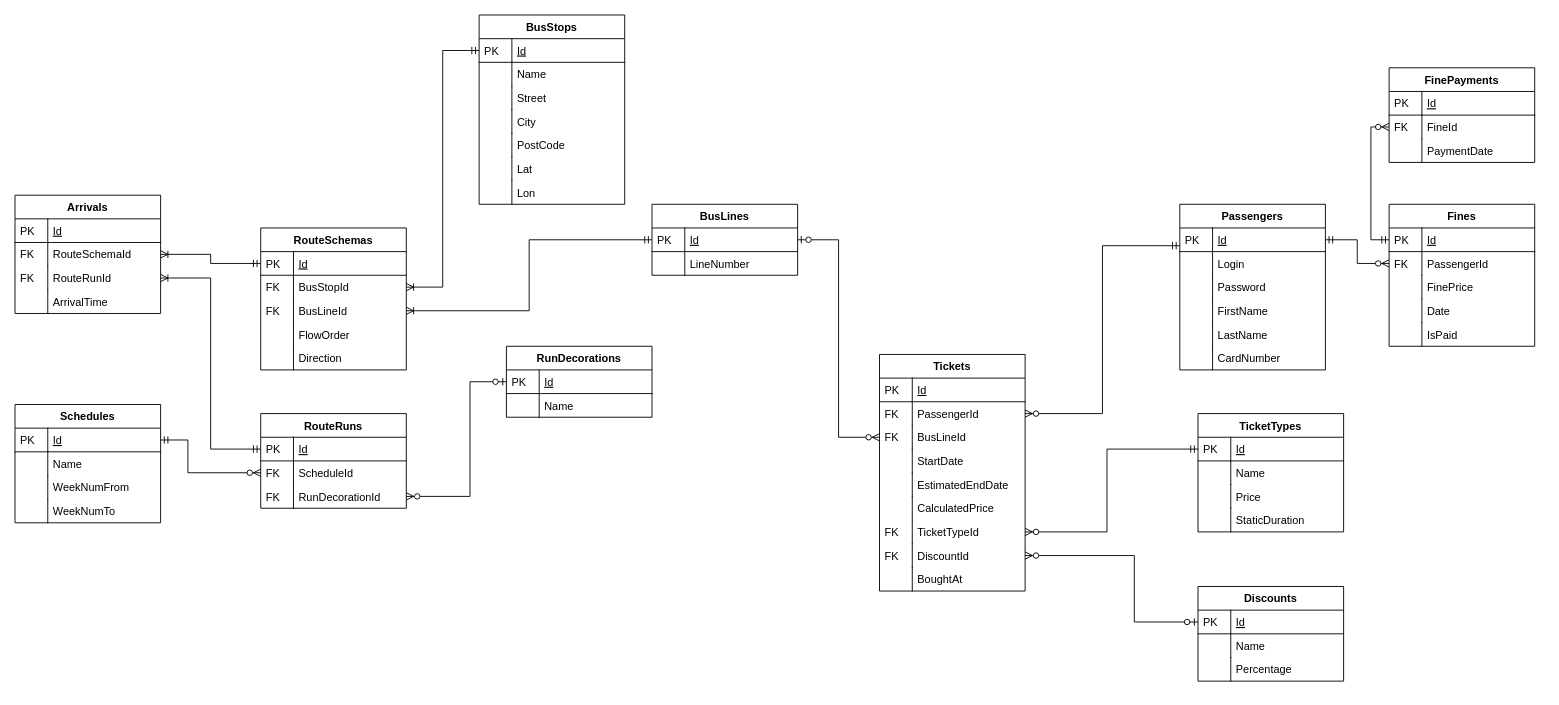
The draw.io diagram sql/erd.drawio in lukasz-ciskowski/lm-transport, before the edit. Source tidied: cells renumbered, new cells numbered last; positions are measured from the earlier drawing's top-left corner, leaving out a move shared by most shapes. Both pictures are drawn from the tidied source at 91%, with x=0, y=0 at pixel (15, 15).
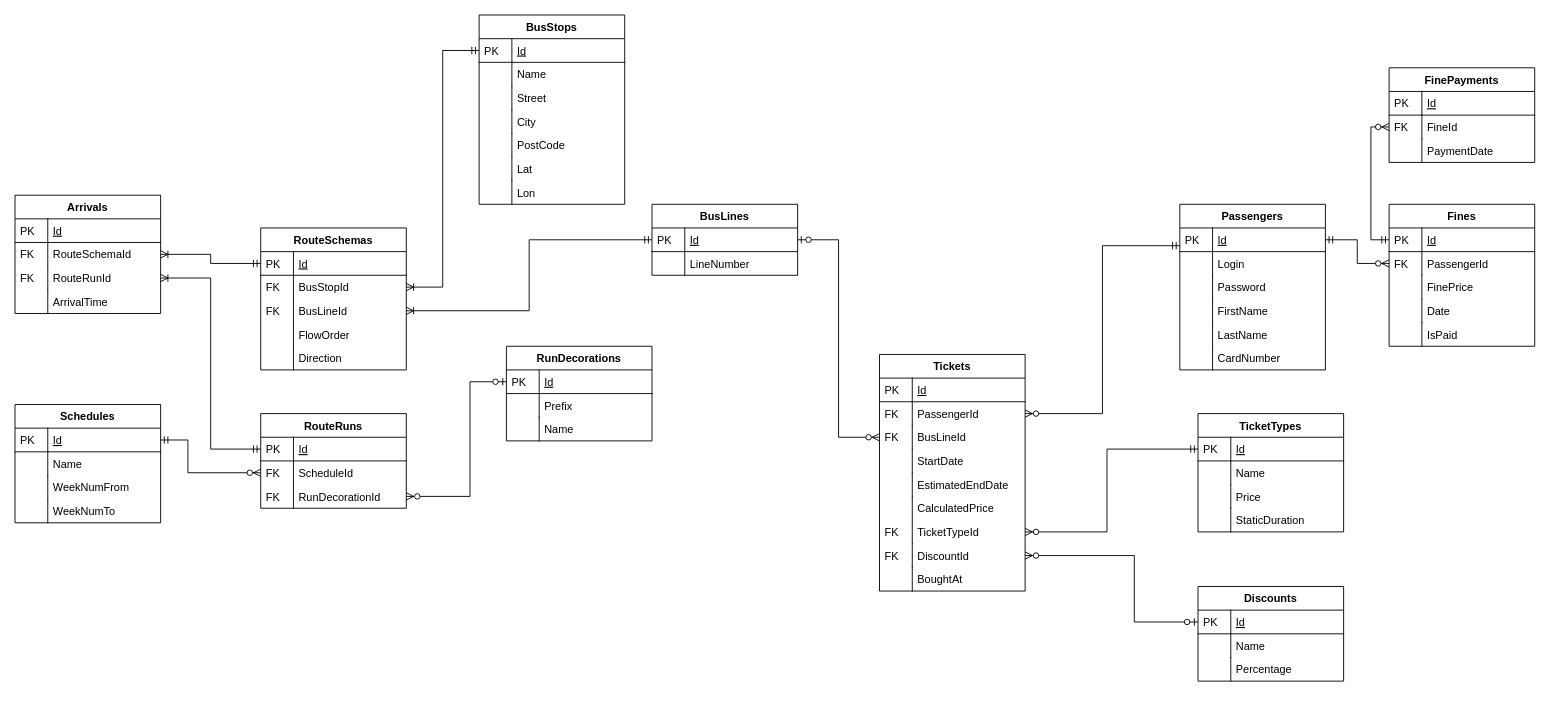
Above is the later version.

Change to the diagram source:
```diff
@@
     <mxCell id="67" value="RunDecorations" style="swimlane;fontStyle=1;horizontal=1;startSize=26;rounded=0;shadow=0;strokeWidth=1;" parent="1" vertex="1">
-      <mxGeometry x="540" y="364" width="160" height="78" as="geometry" />
+      <mxGeometry x="540" y="364" width="160" height="104" as="geometry" />
     </mxCell>
@@
-    <mxCell id="70" value="Name" style="shape=partialRectangle;top=0;left=0;right=0;bottom=0;align=left;verticalAlign=top;fillColor=none;spacingLeft=40;spacingRight=4;overflow=hidden;rounded=0;shadow=0;strokeWidth=1;" parent="67" vertex="1">
+    <mxCell id="70" value="Prefix" style="shape=partialRectangle;top=0;left=0;right=0;bottom=0;align=left;verticalAlign=top;fillColor=none;spacingLeft=40;spacingRight=4;overflow=hidden;rounded=0;shadow=0;strokeWidth=1;" parent="67" vertex="1">
       <mxGeometry y="52" width="160" height="26" as="geometry" />
     </mxCell>
@@
+    <mxCell id="143" value="Name" style="shape=partialRectangle;top=0;left=0;right=0;bottom=0;align=left;verticalAlign=top;fillColor=none;spacingLeft=40;spacingRight=4;overflow=hidden;rounded=0;shadow=0;strokeWidth=1;" parent="67" vertex="1">
+      <mxGeometry y="78" width="160" height="26" as="geometry" />
+    </mxCell>
+    <mxCell id="144" style="shape=partialRectangle;top=0;left=0;bottom=0;fillColor=none;align=left;verticalAlign=top;spacingLeft=4;spacingRight=4;overflow=hidden;" parent="143" vertex="1">
+      <mxGeometry width="36" height="26" as="geometry" />
+    </mxCell>
```
